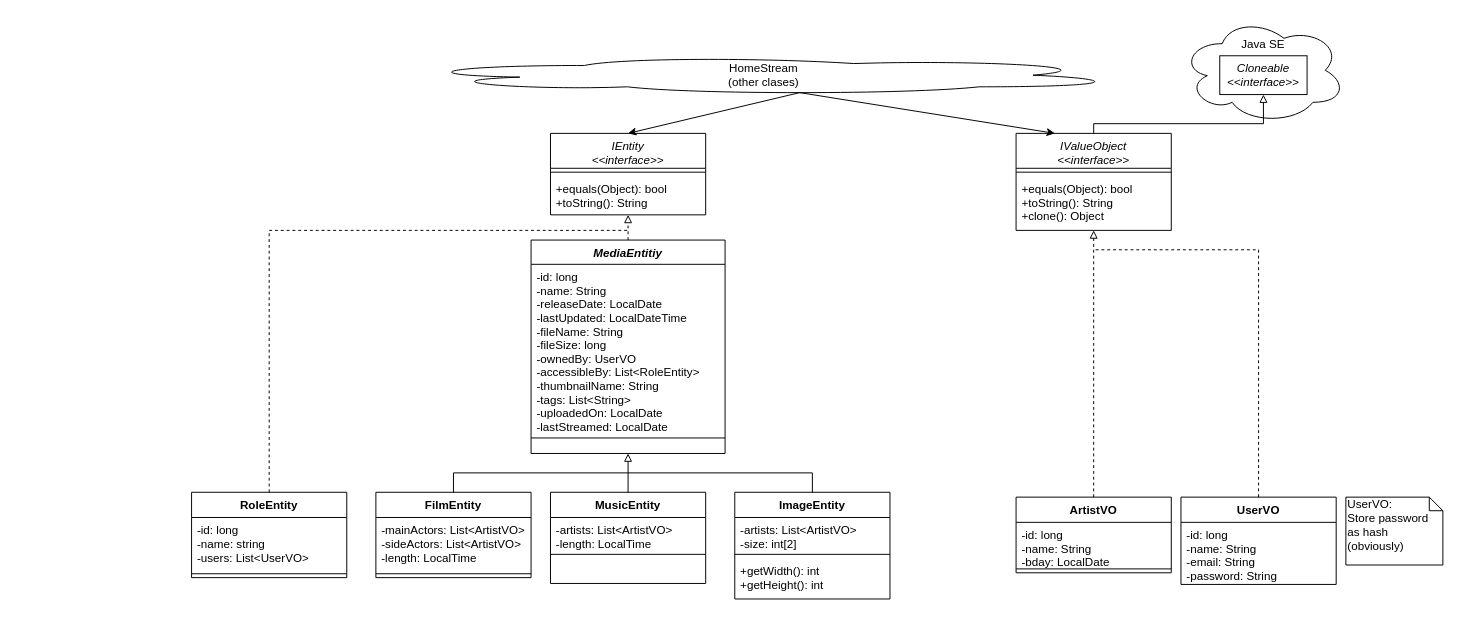
Above: tdoc/db/uml_layered_entities.drawio in crashkid3000/HomeStream (draw.io), before the change. Source tidied: cells renumbered, new cells numbered last; positions are measured from the earlier drawing's top-left corner, leaving out a move shared by most shapes. Both pictures are drawn from the tidied source at 97%, with x=0, y=0 at pixel (191, 16).
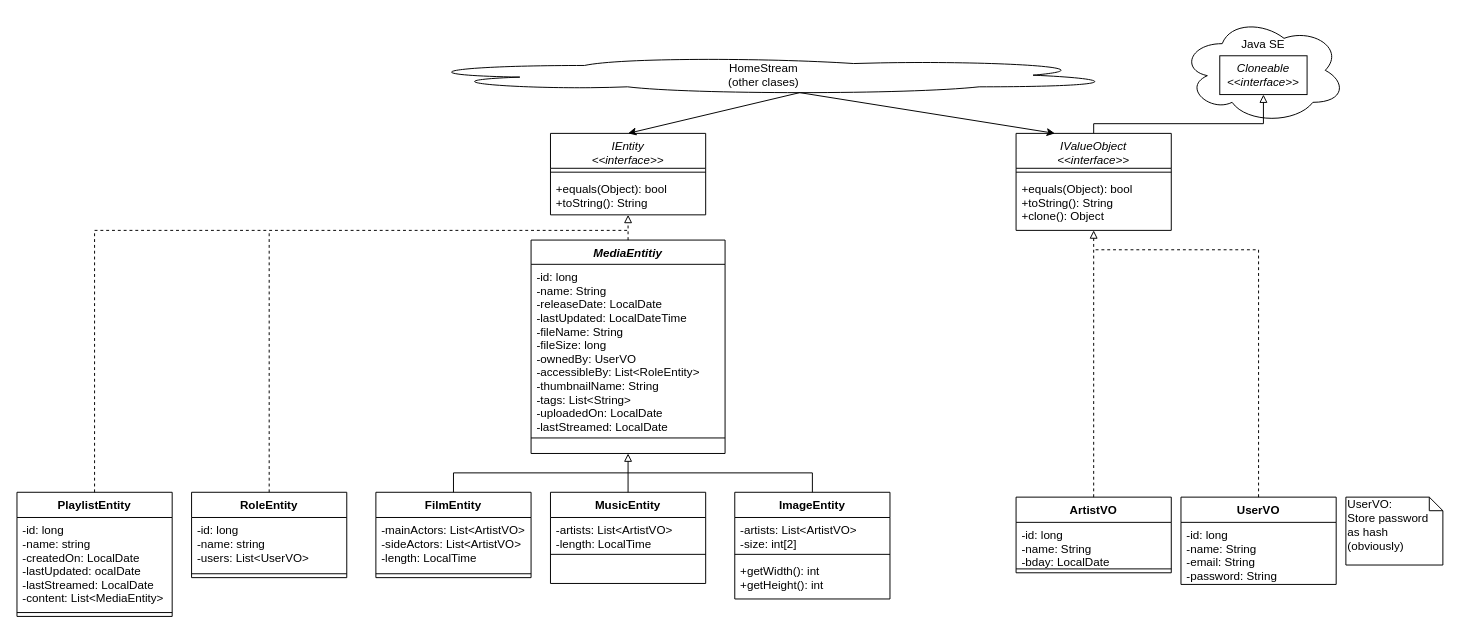
Above is the later version.

Change to the diagram source:
```diff
@@
+    <mxCell id="44" value="PlaylistEntity" style="swimlane;fontStyle=1;align=center;verticalAlign=top;horizontal=1;startSize=26;rounded=0;shadow=0;glass=0;comic=0;gradientColor=none;" parent="1" vertex="1">
+      <mxGeometry x="-180" y="490" width="160" height="128" as="geometry" />
+    </mxCell>
+    <mxCell id="45" value="-id: long&#10;-name: string&#10;-createdOn: LocalDate&#10;-lastUpdated: ocalDate&#10;-lastStreamed: LocalDate&#10;-content: List&lt;MediaEntity&gt;&#10;" style="text;strokeColor=none;fillColor=none;align=left;verticalAlign=top;spacingLeft=4;spacingRight=4;overflow=hidden;" parent="44" vertex="1">
+      <mxGeometry y="26" width="160" height="94" as="geometry" />
+    </mxCell>
+    <mxCell id="46" style="line;strokeWidth=1;fillColor=none;align=left;verticalAlign=middle;spacingTop=-1;spacingLeft=3;spacingRight=3;labelPosition=right;" parent="44" vertex="1">
+      <mxGeometry y="120" width="160" height="8" as="geometry" />
+    </mxCell>
+    <mxCell id="47" style="endArrow=none;html=1;exitX=0.5;exitY=0;exitDx=0;exitDy=0;rounded=0;dashed=1;" parent="1" edge="1" source="44">
+      <mxGeometry relative="1" as="geometry">
+        <mxPoint x="80" y="220" as="targetPoint" />
+        <Array as="points">
+          <mxPoint x="-100" y="220" />
+        </Array>
+      </mxGeometry>
+    </mxCell>
```
